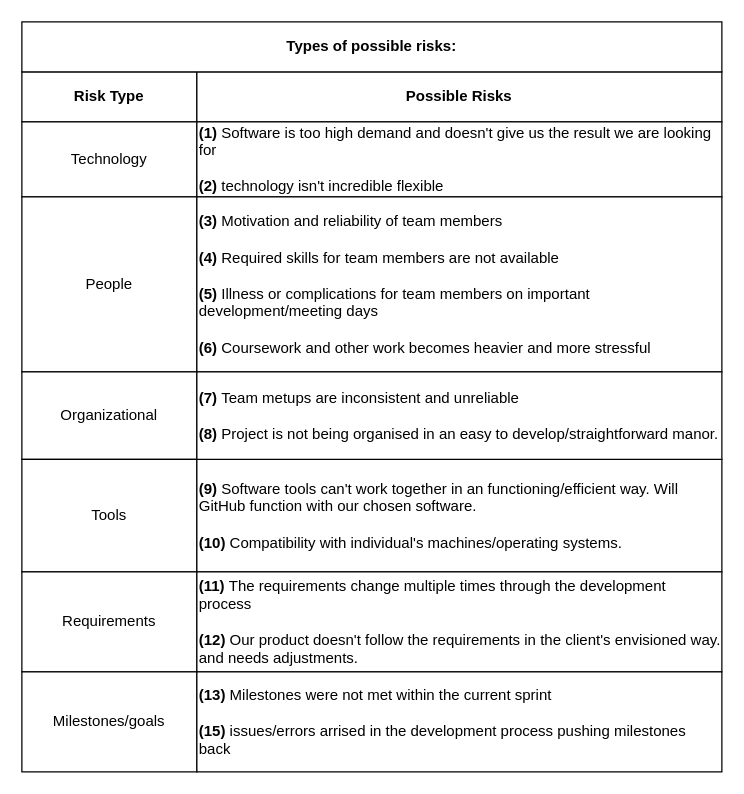
The draw.io diagram risk_diagrams/risk_types.drawio in Lowkey-Awesome-Developers/Documentation, before the edit. Source tidied: cells renumbered, new cells numbered last; positions are measured from the earlier drawing's top-left corner, leaving out a move shared by most shapes. Both pictures are drawn from the tidied source at 125%, with x=0, y=0 at pixel (21, 21).
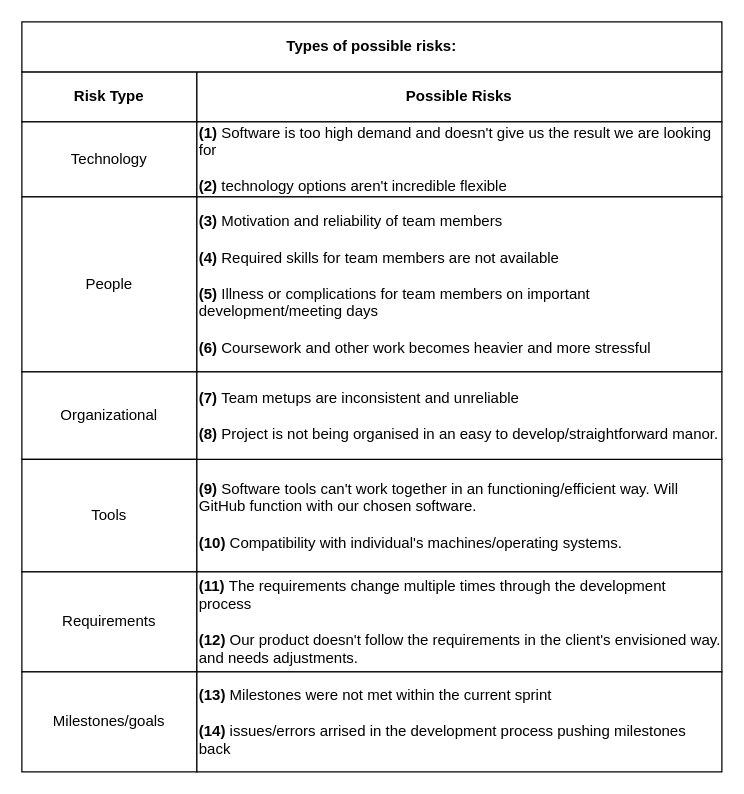
The same page after the edit.

What changed in the source:
```diff
@@
 <mxGraphModel>
   <root>
     <mxCell id="0" />
     <mxCell id="1" parent="0" />
     <mxCell id="2" value="&lt;b&gt;Risk Type&lt;/b&gt;" style="rounded=0;whiteSpace=wrap;html=1;" parent="1" vertex="1">
       <mxGeometry y="40" width="140" height="40" as="geometry" />
     </mxCell>
     <mxCell id="3" value="&lt;b&gt;Possible Risks&lt;/b&gt;" style="rounded=0;whiteSpace=wrap;html=1;align=center;" parent="1" vertex="1">
       <mxGeometry x="140" y="40" width="420" height="40" as="geometry" />
     </mxCell>
     <mxCell id="4" value="&lt;b&gt;Types of possible risks:&lt;/b&gt;" style="rounded=0;whiteSpace=wrap;html=1;" parent="1" vertex="1">
       <mxGeometry width="560" height="40" as="geometry" />
     </mxCell>
     <mxCell id="5" value="Technology" style="rounded=0;whiteSpace=wrap;html=1;" parent="1" vertex="1">
       <mxGeometry y="80" width="140" height="60" as="geometry" />
     </mxCell>
     <mxCell id="6" value="People" style="rounded=0;whiteSpace=wrap;html=1;" parent="1" vertex="1">
       <mxGeometry y="140" width="140" height="140" as="geometry" />
     </mxCell>
     <mxCell id="7" value="Organizational" style="rounded=0;whiteSpace=wrap;html=1;" parent="1" vertex="1">
       <mxGeometry y="280" width="140" height="70" as="geometry" />
     </mxCell>
     <mxCell id="8" value="Tools" style="rounded=0;whiteSpace=wrap;html=1;" parent="1" vertex="1">
       <mxGeometry y="350" width="140" height="90" as="geometry" />
     </mxCell>
     <mxCell id="9" value="Requirements" style="rounded=0;whiteSpace=wrap;html=1;" parent="1" vertex="1">
       <mxGeometry y="440" width="140" height="80" as="geometry" />
     </mxCell>
     <mxCell id="10" value="Milestones/goals" style="rounded=0;whiteSpace=wrap;html=1;" parent="1" vertex="1">
       <mxGeometry y="520" width="140" height="80" as="geometry" />
     </mxCell>
-    <mxCell id="11" value="&lt;b&gt;(1)&lt;/b&gt; Software is too high demand and doesn't give us the result we are looking for&lt;br&gt;&lt;br&gt;&lt;b&gt;(2)&lt;/b&gt; technology isn't incredible flexible" style="rounded=0;whiteSpace=wrap;html=1;align=left;" parent="1" vertex="1">
+    <mxCell id="11" value="&lt;b&gt;(1)&lt;/b&gt; Software is too high demand and doesn't give us the result we are looking for&lt;br&gt;&lt;br&gt;&lt;b&gt;(2)&lt;/b&gt; technology options aren't incredible flexible" style="rounded=0;whiteSpace=wrap;html=1;align=left;" parent="1" vertex="1">
       <mxGeometry x="140" y="80" width="420" height="60" as="geometry" />
     </mxCell>
     <mxCell id="12" value="&lt;b&gt;(3) &lt;/b&gt;Motivation and reliability of team members&lt;br&gt;&lt;br&gt;&lt;b&gt;(4) &lt;/b&gt;Required skills for team members are not available&lt;br&gt;&lt;br&gt;&lt;b&gt;(5)&lt;/b&gt; Illness or complications for team members on important development/meeting days&lt;br&gt;&lt;br&gt;&lt;b&gt;(6) &lt;/b&gt;Coursework and other work becomes heavier and more stressful" style="rounded=0;whiteSpace=wrap;html=1;align=left;" parent="1" vertex="1">
       <mxGeometry x="140" y="140" width="420" height="140" as="geometry" />
     </mxCell>
     <mxCell id="13" value="&lt;b&gt;(9)&lt;/b&gt; Software tools can't work together in an functioning/efficient way. Will GitHub function with our chosen software.&lt;br&gt;&lt;br&gt;&lt;b&gt;(10) &lt;/b&gt;Compatibility with individual's machines/operating systems." style="rounded=0;whiteSpace=wrap;html=1;align=left;" parent="1" vertex="1">
       <mxGeometry x="140" y="350" width="420" height="90" as="geometry" />
     </mxCell>
     <mxCell id="14" value="&lt;b&gt;(7) &lt;/b&gt;Team metups are inconsistent and unreliable&lt;br&gt;&lt;br&gt;&lt;b&gt;(8) &lt;/b&gt;Project is not being organised in an easy to develop/straightforward manor." style="rounded=0;whiteSpace=wrap;html=1;align=left;" parent="1" vertex="1">
       <mxGeometry x="140" y="280" width="420" height="70" as="geometry" />
     </mxCell>
     <mxCell id="15" value="&lt;b&gt;(11) &lt;/b&gt;The requirements change multiple times through the development process&lt;br&gt;&lt;br&gt;&lt;b&gt;(12) &lt;/b&gt;Our product doesn't follow the requirements in the client's envisioned way. and needs adjustments.&amp;nbsp;" style="rounded=0;whiteSpace=wrap;html=1;align=left;" parent="1" vertex="1">
       <mxGeometry x="140" y="440" width="420" height="80" as="geometry" />
     </mxCell>
-    <mxCell id="16" value="&lt;b&gt;(13)&lt;/b&gt; Milestones were not met within the current sprint&lt;br&gt;&lt;br&gt;&lt;b&gt;(15) &lt;/b&gt;issues/errors arrised in the development process pushing milestones back" style="rounded=0;whiteSpace=wrap;html=1;align=left;" parent="1" vertex="1">
+    <mxCell id="16" value="&lt;b&gt;(13)&lt;/b&gt; Milestones were not met within the current sprint&lt;br&gt;&lt;br&gt;&lt;b&gt;(14) &lt;/b&gt;issues/errors arrised in the development process pushing milestones back" style="rounded=0;whiteSpace=wrap;html=1;align=left;" parent="1" vertex="1">
       <mxGeometry x="140" y="520" width="420" height="80" as="geometry" />
     </mxCell>
   </root>
 </mxGraphModel>
```
